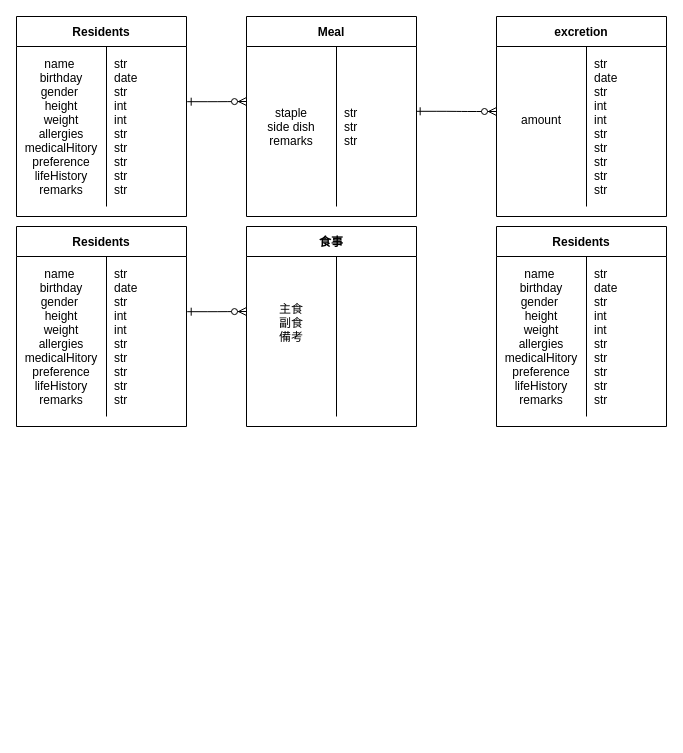
Before: 名称未設定ファイル.drawio in daiki-nishimura/architecture, a draw.io diagram. Source tidied: cells renumbered, new cells numbered last; positions are measured from the earlier drawing's top-left corner, leaving out a move shared by most shapes. Both pictures are drawn from the tidied source at 100%, with x=0, y=0 at pixel (16, 16).
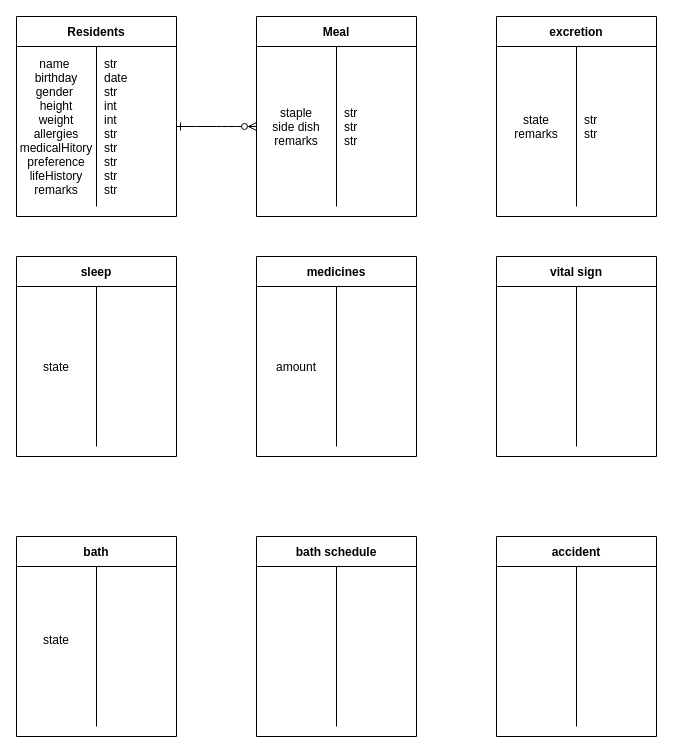
The same page after the edit.

Commit message:
名称未設定ファイル.drawio を更新します

Diff of the diagram source:
```diff
@@
-    <mxCell id="2" style="edgeStyle=entityRelationEdgeStyle;endArrow=ERzeroToMany;startArrow=ERone;endFill=1;startFill=0;exitX=1.004;exitY=0.345;exitDx=0;exitDy=0;exitPerimeter=0;" parent="1" edge="1" source="4">
+    <mxCell id="2" style="edgeStyle=entityRelationEdgeStyle;endArrow=ERzeroToMany;startArrow=ERone;endFill=1;startFill=0;entryX=0;entryY=0.5;entryDx=0;entryDy=0;" parent="1" edge="1" target="8">
       <mxGeometry relative="1" as="geometry">
-        <mxPoint x="230" y="85" as="targetPoint" />
+        <mxPoint x="160" y="110" as="sourcePoint" />
       </mxGeometry>
     </mxCell>
     <mxCell id="3" value="Residents" style="shape=table;startSize=30;childLayout=tableLayout;rowLines=0;fontStyle=1;align=center;" parent="1" vertex="1">
-      <mxGeometry width="170" height="200" as="geometry" />
+      <mxGeometry width="160" height="200" as="geometry" />
     </mxCell>
     <mxCell id="4" style="shape=partialRectangle;fillColor=none;points=[[0,0.5],[1,0.5]];portConstraint=eastwest;top=0;left=0;right=0;bottom=0;" parent="3" vertex="1">
-      <mxGeometry y="30" width="170" height="160" as="geometry" />
+      <mxGeometry y="30" width="160" height="160" as="geometry" />
     </mxCell>
     <mxCell id="5" value="name &#10;birthday&#10;gender &#10;height&#10;weight&#10;allergies&#10;medicalHitory&#10;preference&#10;lifeHistory&#10;remarks" style="shape=partialRectangle;overflow=hidden;fillColor=none;top=0;left=0;bottom=0;right=0;" parent="4" vertex="1">
-      <mxGeometry width="90" height="160" as="geometry" />
+      <mxGeometry width="80" height="160" as="geometry" />
     </mxCell>
     <mxCell id="6" value="str&#10;date&#10;str&#10;int&#10;int&#10;str&#10;str&#10;str&#10;str&#10;str" style="shape=partialRectangle;overflow=hidden;fillColor=none;top=0;left=0;bottom=0;right=0;align=left;spacingLeft=6;" parent="4" vertex="1">
-      <mxGeometry x="90" width="80" height="160" as="geometry" />
+      <mxGeometry x="80" width="80" height="160" as="geometry" />
     </mxCell>
     <mxCell id="7" value="Meal" style="shape=table;startSize=30;childLayout=tableLayout;rowLines=0;fontStyle=1;align=center;" parent="1" vertex="1">
-      <mxGeometry x="230" width="170" height="200" as="geometry" />
+      <mxGeometry x="240" width="160" height="200" as="geometry" />
     </mxCell>
     <mxCell id="8" style="shape=partialRectangle;fillColor=none;points=[[0,0.5],[1,0.5]];portConstraint=eastwest;top=0;left=0;right=0;bottom=0;" parent="7" vertex="1">
-      <mxGeometry y="30" width="170" height="160" as="geometry" />
+      <mxGeometry y="30" width="160" height="160" as="geometry" />
     </mxCell>
     <mxCell id="9" value="&#10;staple&#10;side dish&#10;remarks&#10;" style="shape=partialRectangle;overflow=hidden;fillColor=none;top=0;left=0;bottom=0;right=0;verticalAlign=middle;" parent="8" vertex="1">
-      <mxGeometry width="90" height="160" as="geometry" />
+      <mxGeometry width="80" height="160" as="geometry" />
     </mxCell>
     <mxCell id="10" value="str&#10;str&#10;str" style="shape=partialRectangle;overflow=hidden;fillColor=none;top=0;left=0;bottom=0;right=0;align=left;spacingLeft=6;verticalAlign=middle;" parent="8" vertex="1">
-      <mxGeometry x="90" width="80" height="160" as="geometry" />
+      <mxGeometry x="80" width="80" height="160" as="geometry" />
     </mxCell>
     <mxCell id="11" value="excretion" style="shape=table;startSize=30;childLayout=tableLayout;rowLines=0;fontStyle=1;align=center;" parent="1" vertex="1">
-      <mxGeometry x="480" width="170" height="200" as="geometry" />
+      <mxGeometry x="480" width="160" height="200" as="geometry" />
     </mxCell>
     <mxCell id="12" style="shape=partialRectangle;fillColor=none;top=0;left=0;right=0;bottom=0;" parent="11" vertex="1">
-      <mxGeometry y="30" width="170" height="160" as="geometry" />
+      <mxGeometry y="30" width="160" height="160" as="geometry" />
     </mxCell>
-    <mxCell id="13" value="amount&#10;" style="shape=partialRectangle;overflow=hidden;fillColor=none;top=0;left=0;bottom=0;right=0;" parent="12" vertex="1">
-      <mxGeometry width="90" height="160" as="geometry" />
+    <mxCell id="13" value="state&#10;remarks" style="shape=partialRectangle;overflow=hidden;fillColor=none;top=0;left=0;bottom=0;right=0;" parent="12" vertex="1">
+      <mxGeometry width="80" height="160" as="geometry" />
     </mxCell>
-    <mxCell id="14" value="str&#10;date&#10;str&#10;int&#10;int&#10;str&#10;str&#10;str&#10;str&#10;str" style="shape=partialRectangle;overflow=hidden;fillColor=none;top=0;left=0;bottom=0;right=0;align=left;spacingLeft=6;" parent="12" vertex="1">
-      <mxGeometry x="90" width="80" height="160" as="geometry" />
+    <mxCell id="14" value="str&#10;str" style="shape=partialRectangle;overflow=hidden;fillColor=none;top=0;left=0;bottom=0;right=0;align=left;spacingLeft=6;" parent="12" vertex="1">
+      <mxGeometry x="80" width="80" height="160" as="geometry" />
     </mxCell>
-    <mxCell id="15" style="edgeStyle=entityRelationEdgeStyle;endArrow=ERzeroToMany;startArrow=ERone;endFill=1;startFill=0;exitX=1.004;exitY=0.345;exitDx=0;exitDy=0;exitPerimeter=0;" parent="1" edge="1">
-      <mxGeometry relative="1" as="geometry">
-        <mxPoint x="170.7" y="295.2" as="sourcePoint" />
-        <mxPoint x="230" y="295" as="targetPoint" />
-      </mxGeometry>
-    </mxCell>
-    <mxCell id="16" value="食事" style="shape=table;startSize=30;childLayout=tableLayout;rowLines=0;fontStyle=1;align=center;" parent="1" vertex="1">
-      <mxGeometry x="230" y="210" width="170" height="200" as="geometry" />
+    <mxCell id="16" value="medicines" style="shape=table;startSize=30;childLayout=tableLayout;rowLines=0;fontStyle=1;align=center;" parent="1" vertex="1">
+      <mxGeometry x="240" y="240" width="160" height="200" as="geometry" />
     </mxCell>
     <mxCell id="17" style="shape=partialRectangle;fillColor=none;top=0;left=0;right=0;bottom=0;" parent="16" vertex="1">
-      <mxGeometry y="30" width="170" height="160" as="geometry" />
+      <mxGeometry y="30" width="160" height="160" as="geometry" />
     </mxCell>
-    <mxCell id="18" value="主食&#10;副食&#10;備考&#10;&#10;" style="shape=partialRectangle;overflow=hidden;fillColor=none;top=0;left=0;bottom=0;right=0;" parent="17" vertex="1">
-      <mxGeometry width="90" height="160" as="geometry" />
+    <mxCell id="18" value="amount" style="shape=partialRectangle;overflow=hidden;fillColor=none;top=0;left=0;bottom=0;right=0;" parent="17" vertex="1">
+      <mxGeometry width="80" height="160" as="geometry" />
     </mxCell>
     <mxCell id="19" style="shape=partialRectangle;overflow=hidden;fillColor=none;top=0;left=0;bottom=0;right=0;align=left;spacingLeft=6;" parent="17" vertex="1">
-      <mxGeometry x="90" width="80" height="160" as="geometry" />
+      <mxGeometry x="80" width="80" height="160" as="geometry" />
     </mxCell>
-    <mxCell id="20" value="Residents" style="shape=table;startSize=30;childLayout=tableLayout;rowLines=0;fontStyle=1;align=center;" parent="1" vertex="1">
-      <mxGeometry x="480" y="210" width="170" height="200" as="geometry" />
+    <mxCell id="20" value="vital sign" style="shape=table;startSize=30;childLayout=tableLayout;rowLines=0;fontStyle=1;align=center;" parent="1" vertex="1">
+      <mxGeometry x="480" y="240" width="160" height="200" as="geometry" />
     </mxCell>
     <mxCell id="21" style="shape=partialRectangle;fillColor=none;top=0;left=0;right=0;bottom=0;" parent="20" vertex="1">
-      <mxGeometry y="30" width="170" height="160" as="geometry" />
+      <mxGeometry y="30" width="160" height="160" as="geometry" />
     </mxCell>
-    <mxCell id="22" value="name &#10;birthday&#10;gender &#10;height&#10;weight&#10;allergies&#10;medicalHitory&#10;preference&#10;lifeHistory&#10;remarks" style="shape=partialRectangle;overflow=hidden;fillColor=none;top=0;left=0;bottom=0;right=0;" parent="21" vertex="1">
-      <mxGeometry width="90" height="160" as="geometry" />
+    <mxCell id="22" style="shape=partialRectangle;overflow=hidden;fillColor=none;top=0;left=0;bottom=0;right=0;" parent="21" vertex="1">
+      <mxGeometry width="80" height="160" as="geometry" />
     </mxCell>
-    <mxCell id="23" value="str&#10;date&#10;str&#10;int&#10;int&#10;str&#10;str&#10;str&#10;str&#10;str" style="shape=partialRectangle;overflow=hidden;fillColor=none;top=0;left=0;bottom=0;right=0;align=left;spacingLeft=6;" parent="21" vertex="1">
-      <mxGeometry x="90" width="80" height="160" as="geometry" />
+    <mxCell id="23" style="shape=partialRectangle;overflow=hidden;fillColor=none;top=0;left=0;bottom=0;right=0;align=left;spacingLeft=6;" parent="21" vertex="1">
+      <mxGeometry x="80" width="80" height="160" as="geometry" />
     </mxCell>
-    <mxCell id="24" value="Residents" style="shape=table;startSize=30;childLayout=tableLayout;rowLines=0;fontStyle=1;align=center;" parent="1" vertex="1">
-      <mxGeometry y="210" width="170" height="200" as="geometry" />
+    <mxCell id="24" value="sleep" style="shape=table;startSize=30;childLayout=tableLayout;rowLines=0;fontStyle=1;align=center;" parent="1" vertex="1">
+      <mxGeometry y="240" width="160" height="200" as="geometry" />
     </mxCell>
     <mxCell id="25" style="shape=partialRectangle;fillColor=none;top=0;left=0;right=0;bottom=0;" parent="24" vertex="1">
-      <mxGeometry y="30" width="170" height="160" as="geometry" />
+      <mxGeometry y="30" width="160" height="160" as="geometry" />
     </mxCell>
-    <mxCell id="26" value="name &#10;birthday&#10;gender &#10;height&#10;weight&#10;allergies&#10;medicalHitory&#10;preference&#10;lifeHistory&#10;remarks" style="shape=partialRectangle;overflow=hidden;fillColor=none;top=0;left=0;bottom=0;right=0;" parent="25" vertex="1">
-      <mxGeometry width="90" height="160" as="geometry" />
+    <mxCell id="26" value="state" style="shape=partialRectangle;overflow=hidden;fillColor=none;top=0;left=0;bottom=0;right=0;" parent="25" vertex="1">
+      <mxGeometry width="80" height="160" as="geometry" />
     </mxCell>
-    <mxCell id="27" value="str&#10;date&#10;str&#10;int&#10;int&#10;str&#10;str&#10;str&#10;str&#10;str" style="shape=partialRectangle;overflow=hidden;fillColor=none;top=0;left=0;bottom=0;right=0;align=left;spacingLeft=6;" parent="25" vertex="1">
-      <mxGeometry x="90" width="80" height="160" as="geometry" />
+    <mxCell id="27" style="shape=partialRectangle;overflow=hidden;fillColor=none;top=0;left=0;bottom=0;right=0;align=left;spacingLeft=6;" parent="25" vertex="1">
+      <mxGeometry x="80" width="80" height="160" as="geometry" />
     </mxCell>
-    <mxCell id="28" style="edgeStyle=entityRelationEdgeStyle;endArrow=ERzeroToMany;startArrow=ERone;endFill=1;startFill=0;exitX=0.998;exitY=0.405;exitDx=0;exitDy=0;exitPerimeter=0;" parent="1" edge="1" source="8">
-      <mxGeometry relative="1" as="geometry">
-        <mxPoint x="480" y="95" as="targetPoint" />
-      </mxGeometry>
-    </mxCell>
+    <mxCell id="29" value="bath" style="shape=table;startSize=30;childLayout=tableLayout;rowLines=0;fontStyle=1;align=center;" parent="1" vertex="1">
+      <mxGeometry y="520" width="160" height="200" as="geometry" />
+    </mxCell>
+    <mxCell id="30" style="shape=partialRectangle;fillColor=none;top=0;left=0;right=0;bottom=0;" parent="29" vertex="1">
+      <mxGeometry y="30" width="160" height="160" as="geometry" />
+    </mxCell>
+    <mxCell id="31" value="state&#10;" style="shape=partialRectangle;overflow=hidden;fillColor=none;top=0;left=0;bottom=0;right=0;" parent="30" vertex="1">
+      <mxGeometry width="80" height="160" as="geometry" />
+    </mxCell>
+    <mxCell id="32" style="shape=partialRectangle;overflow=hidden;fillColor=none;top=0;left=0;bottom=0;right=0;align=left;spacingLeft=6;" parent="30" vertex="1">
+      <mxGeometry x="80" width="80" height="160" as="geometry" />
+    </mxCell>
+    <mxCell id="33" value="bath schedule" style="shape=table;startSize=30;childLayout=tableLayout;rowLines=0;fontStyle=1;align=center;" parent="1" vertex="1">
+      <mxGeometry x="240" y="520" width="160" height="200" as="geometry" />
+    </mxCell>
+    <mxCell id="34" style="shape=partialRectangle;fillColor=none;top=0;left=0;right=0;bottom=0;" parent="33" vertex="1">
+      <mxGeometry y="30" width="160" height="160" as="geometry" />
+    </mxCell>
+    <mxCell id="35" style="shape=partialRectangle;overflow=hidden;fillColor=none;top=0;left=0;bottom=0;right=0;" parent="34" vertex="1">
+      <mxGeometry width="80" height="160" as="geometry" />
+    </mxCell>
+    <mxCell id="36" style="shape=partialRectangle;overflow=hidden;fillColor=none;top=0;left=0;bottom=0;right=0;align=left;spacingLeft=6;" parent="34" vertex="1">
+      <mxGeometry x="80" width="80" height="160" as="geometry" />
+    </mxCell>
+    <mxCell id="37" value="accident" style="shape=table;startSize=30;childLayout=tableLayout;rowLines=0;fontStyle=1;align=center;" parent="1" vertex="1">
+      <mxGeometry x="480" y="520" width="160" height="200" as="geometry" />
+    </mxCell>
+    <mxCell id="38" style="shape=partialRectangle;fillColor=none;top=0;left=0;right=0;bottom=0;" parent="37" vertex="1">
+      <mxGeometry y="30" width="160" height="160" as="geometry" />
+    </mxCell>
+    <mxCell id="39" style="shape=partialRectangle;overflow=hidden;fillColor=none;top=0;left=0;bottom=0;right=0;" parent="38" vertex="1">
+      <mxGeometry width="80" height="160" as="geometry" />
+    </mxCell>
+    <mxCell id="40" style="shape=partialRectangle;overflow=hidden;fillColor=none;top=0;left=0;bottom=0;right=0;align=left;spacingLeft=6;" parent="38" vertex="1">
+      <mxGeometry x="80" width="80" height="160" as="geometry" />
+    </mxCell>
```
